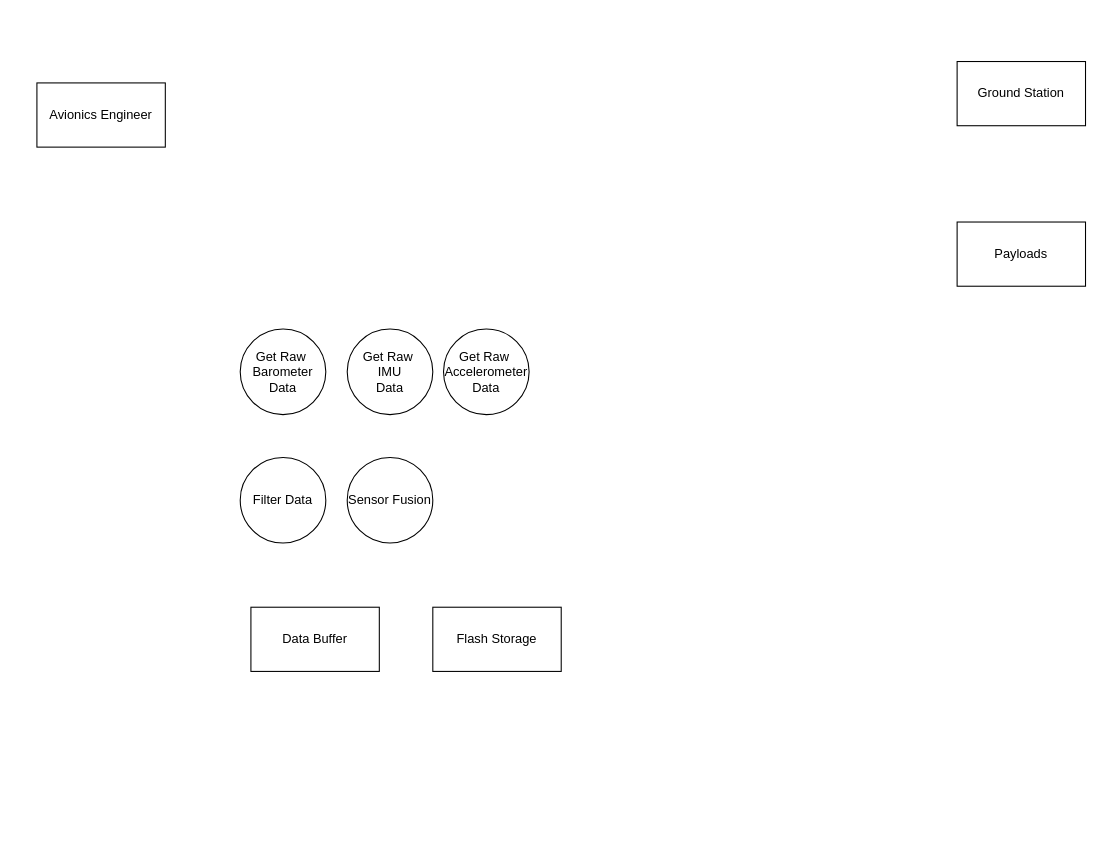
This is page "Data Flow - 1" (3 of 3) of Untitled Diagram.drawio from ckeer0/Personal-Projects, a draw.io file, before an edit. Source tidied: cells renumbered, new cells numbered last; positions are measured from the earlier drawing's top-left corner, leaving out a move shared by most shapes. Both pictures are drawn from the tidied source at 107%, with x=0, y=0 at pixel (36, 61).
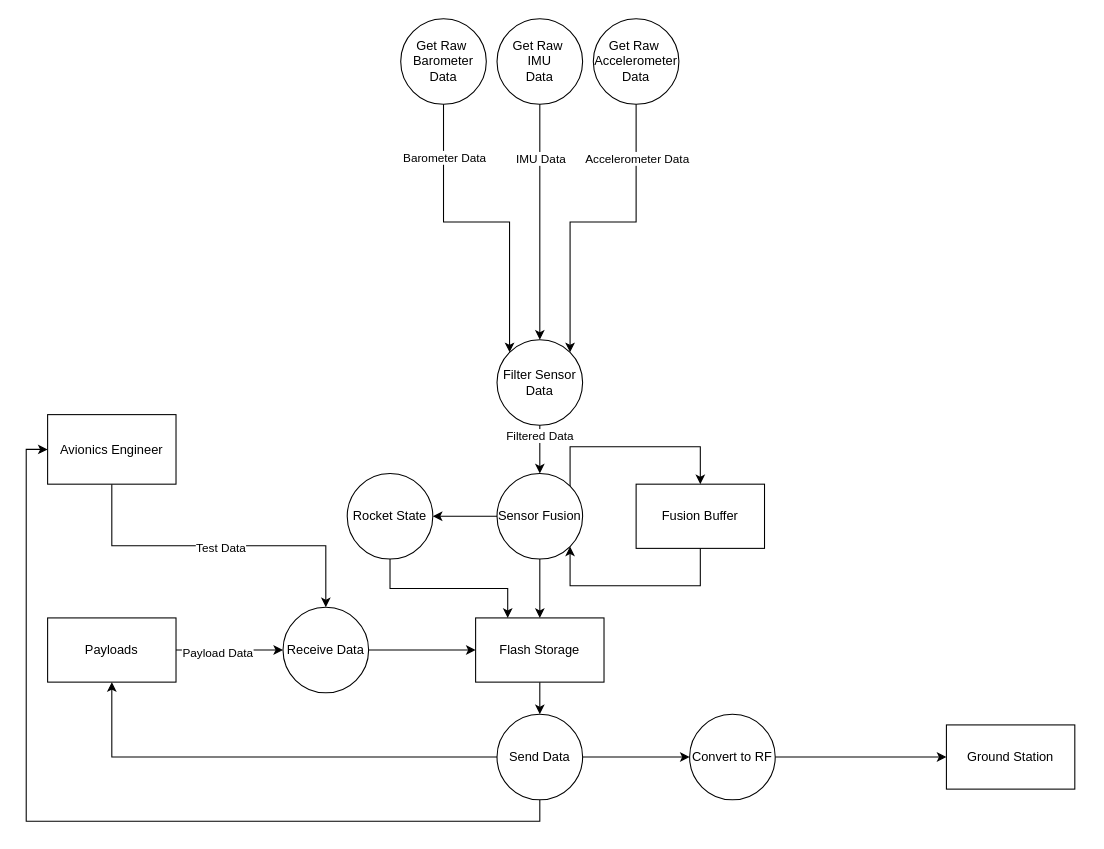
After the change.

Change to the diagram source:
```diff
@@
+    <mxCell id="12" style="edgeStyle=orthogonalEdgeStyle;rounded=0;jettySize=auto;html=1;exitX=0.5;exitY=1;exitDx=0;exitDy=0;entryX=0.5;entryY=0;entryDx=0;entryDy=0;" parent="1" edge="1" source="2" target="24">
+      <mxGeometry relative="1" as="geometry" />
+    </mxCell>
+    <mxCell id="13" value="Test Data" style="edgeLabel;html=1;align=center;verticalAlign=middle;" parent="12" vertex="1">
+      <mxGeometry x="0.15" y="-2" relative="1" as="geometry">
+        <mxPoint x="-22" as="offset" />
+      </mxGeometry>
+    </mxCell>
     <mxCell id="2" value="Avionics Engineer" style="rounded=0;whiteSpace=wrap;html=1;" parent="1" vertex="1">
-      <mxGeometry y="20" width="120" height="60" as="geometry" />
+      <mxGeometry x="10" y="330" width="120" height="65" as="geometry" />
     </mxCell>
     <mxCell id="3" value="Ground Station" style="rounded=0;whiteSpace=wrap;html=1;" parent="1" vertex="1">
-      <mxGeometry x="860" width="120" height="60" as="geometry" />
+      <mxGeometry x="850" y="620" width="120" height="60" as="geometry" />
     </mxCell>
+    <mxCell id="14" style="edgeStyle=orthogonalEdgeStyle;rounded=0;jettySize=auto;html=1;exitX=1;exitY=0.5;exitDx=0;exitDy=0;entryX=0;entryY=0.5;entryDx=0;entryDy=0;" parent="1" edge="1" source="4" target="24">
+      <mxGeometry relative="1" as="geometry" />
+    </mxCell>
+    <mxCell id="15" value="Payload Data" style="edgeLabel;html=1;align=center;verticalAlign=middle;" parent="14" vertex="1">
+      <mxGeometry x="-0.25" y="-2" relative="1" as="geometry" />
+    </mxCell>
     <mxCell id="4" value="Payloads" style="rounded=0;whiteSpace=wrap;html=1;" parent="1" vertex="1">
-      <mxGeometry x="860" y="150" width="120" height="60" as="geometry" />
+      <mxGeometry x="10" y="520" width="120" height="60" as="geometry" />
     </mxCell>
     <mxCell id="5" value="Get Raw&amp;nbsp;&lt;br&gt;Barometer&lt;br&gt;Data" style="ellipse;whiteSpace=wrap;html=1;" parent="1" vertex="1">
-      <mxGeometry x="190" y="250" width="80" height="80" as="geometry" />
+      <mxGeometry x="340" y="-40" width="80" height="80" as="geometry" />
     </mxCell>
     <mxCell id="6" value="Get Raw&amp;nbsp;&lt;br&gt;IMU&lt;br&gt;Data" style="ellipse;whiteSpace=wrap;html=1;" parent="1" vertex="1">
-      <mxGeometry x="290" y="250" width="80" height="80" as="geometry" />
+      <mxGeometry x="430" y="-40" width="80" height="80" as="geometry" />
     </mxCell>
     <mxCell id="7" value="Get Raw&amp;nbsp;&lt;br&gt;Accelerometer&lt;br&gt;Data" style="ellipse;whiteSpace=wrap;html=1;" parent="1" vertex="1">
-      <mxGeometry x="380" y="250" width="80" height="80" as="geometry" />
+      <mxGeometry x="520" y="-40" width="80" height="80" as="geometry" />
     </mxCell>
-    <mxCell id="8" value="Filter Data" style="ellipse;whiteSpace=wrap;html=1;" parent="1" vertex="1">
-      <mxGeometry x="190" y="370" width="80" height="80" as="geometry" />
+    <mxCell id="8" value="Filter Sensor Data" style="ellipse;whiteSpace=wrap;html=1;" parent="1" vertex="1">
+      <mxGeometry x="430" y="260" width="80" height="80" as="geometry" />
     </mxCell>
+    <mxCell id="16" style="edgeStyle=orthogonalEdgeStyle;rounded=0;jettySize=auto;html=1;exitX=0.5;exitY=1;exitDx=0;exitDy=0;" parent="1" edge="1" source="9" target="11">
+      <mxGeometry relative="1" as="geometry" />
+    </mxCell>
+    <mxCell id="17" style="edgeStyle=orthogonalEdgeStyle;rounded=0;jettySize=auto;html=1;exitX=0;exitY=0.5;exitDx=0;exitDy=0;entryX=1;entryY=0.5;entryDx=0;entryDy=0;" parent="1" edge="1" source="9" target="37">
+      <mxGeometry relative="1" as="geometry" />
+    </mxCell>
     <mxCell id="9" value="Sensor Fusion" style="ellipse;whiteSpace=wrap;html=1;" parent="1" vertex="1">
-      <mxGeometry x="290" y="370" width="80" height="80" as="geometry" />
+      <mxGeometry x="430" y="385" width="80" height="80" as="geometry" />
     </mxCell>
-    <mxCell id="10" value="Data Buffer" style="rounded=0;whiteSpace=wrap;html=1;" parent="1" vertex="1">
-      <mxGeometry x="200" y="510" width="120" height="60" as="geometry" />
+    <mxCell id="10" value="Fusion Buffer" style="rounded=0;whiteSpace=wrap;html=1;" parent="1" vertex="1">
+      <mxGeometry x="560" y="395" width="120" height="60" as="geometry" />
     </mxCell>
+    <mxCell id="18" style="edgeStyle=orthogonalEdgeStyle;rounded=0;jettySize=auto;html=1;" parent="1" edge="1" source="11" target="22">
+      <mxGeometry relative="1" as="geometry" />
+    </mxCell>
     <mxCell id="11" value="Flash Storage" style="rounded=0;whiteSpace=wrap;html=1;" parent="1" vertex="1">
-      <mxGeometry x="370" y="510" width="120" height="60" as="geometry" />
+      <mxGeometry x="410" y="520" width="120" height="60" as="geometry" />
     </mxCell>
+    <mxCell id="19" style="edgeStyle=orthogonalEdgeStyle;rounded=0;jettySize=auto;html=1;exitX=1;exitY=0.5;exitDx=0;exitDy=0;entryX=0;entryY=0.5;entryDx=0;entryDy=0;" parent="1" edge="1" source="22" target="35">
+      <mxGeometry relative="1" as="geometry" />
+    </mxCell>
+    <mxCell id="20" style="edgeStyle=orthogonalEdgeStyle;rounded=0;jettySize=auto;html=1;exitX=0;exitY=0.5;exitDx=0;exitDy=0;entryX=0.5;entryY=1;entryDx=0;entryDy=0;" parent="1" edge="1" source="22" target="4">
+      <mxGeometry relative="1" as="geometry" />
+    </mxCell>
+    <mxCell id="21" style="edgeStyle=orthogonalEdgeStyle;rounded=0;jettySize=auto;html=1;exitX=0.5;exitY=1;exitDx=0;exitDy=0;entryX=0;entryY=0.5;entryDx=0;entryDy=0;" parent="1" edge="1" source="22" target="2">
+      <mxGeometry relative="1" as="geometry" />
+    </mxCell>
+    <mxCell id="22" value="Send Data" style="ellipse;whiteSpace=wrap;html=1;" parent="1" vertex="1">
+      <mxGeometry x="430" y="610" width="80" height="80" as="geometry" />
+    </mxCell>
+    <mxCell id="23" style="edgeStyle=orthogonalEdgeStyle;rounded=0;jettySize=auto;html=1;exitX=1;exitY=0.5;exitDx=0;exitDy=0;" parent="1" edge="1" source="24" target="11">
+      <mxGeometry relative="1" as="geometry" />
+    </mxCell>
+    <mxCell id="24" value="Receive Data" style="ellipse;whiteSpace=wrap;html=1;" parent="1" vertex="1">
+      <mxGeometry x="230" y="510" width="80" height="80" as="geometry" />
+    </mxCell>
+    <mxCell id="25" style="edgeStyle=elbowEdgeStyle;elbow=vertical;endArrow=classic;html=1;rounded=0;exitX=0.5;exitY=1;exitDx=0;exitDy=0;entryX=1;entryY=0;entryDx=0;entryDy=0;" parent="1" edge="1" source="7" target="8">
+      <mxGeometry relative="1" as="geometry">
+        <Array as="points">
+          <mxPoint x="520" y="150" />
+        </Array>
+      </mxGeometry>
+    </mxCell>
+    <mxCell id="26" value="Accelerometer Data" style="edgeLabel;html=1;align=center;verticalAlign=middle;" parent="25" vertex="1">
+      <mxGeometry x="-0.69" y="-1" relative="1" as="geometry">
+        <mxPoint x="1" y="5" as="offset" />
+      </mxGeometry>
+    </mxCell>
+    <mxCell id="27" style="endArrow=classic;html=1;rounded=0;exitX=0.5;exitY=1;exitDx=0;exitDy=0;entryX=0.5;entryY=0;entryDx=0;entryDy=0;" parent="1" edge="1" source="6" target="8">
+      <mxGeometry relative="1" as="geometry" />
+    </mxCell>
+    <mxCell id="28" value="IMU Data" style="edgeLabel;html=1;align=center;verticalAlign=middle;" parent="27" vertex="1">
+      <mxGeometry x="-0.43" relative="1" as="geometry">
+        <mxPoint y="-13" as="offset" />
+      </mxGeometry>
+    </mxCell>
+    <mxCell id="29" style="edgeStyle=elbowEdgeStyle;elbow=vertical;endArrow=classic;html=1;rounded=0;exitX=0.5;exitY=1;exitDx=0;exitDy=0;entryX=0;entryY=0;entryDx=0;entryDy=0;" parent="1" edge="1" source="5" target="8">
+      <mxGeometry relative="1" as="geometry">
+        <Array as="points">
+          <mxPoint x="380" y="150" />
+        </Array>
+      </mxGeometry>
+    </mxCell>
+    <mxCell id="30" value="Barometer Data" style="edgeLabel;html=1;align=center;verticalAlign=middle;" parent="29" vertex="1">
+      <mxGeometry x="-0.69" y="-1" relative="1" as="geometry">
+        <mxPoint x="1" y="4" as="offset" />
+      </mxGeometry>
+    </mxCell>
+    <mxCell id="31" value="Filtered Data" style="endArrow=classic;html=1;rounded=0;exitX=0.5;exitY=1;exitDx=0;exitDy=0;entryX=0.5;entryY=0;entryDx=0;entryDy=0;" parent="1" edge="1" source="8" target="9">
+      <mxGeometry x="-0.56" relative="1" as="geometry" />
+    </mxCell>
+    <mxCell id="32" style="edgeStyle=elbowEdgeStyle;elbow=vertical;endArrow=classic;html=1;rounded=0;exitX=1;exitY=0;exitDx=0;exitDy=0;entryX=0.5;entryY=0;entryDx=0;entryDy=0;" parent="1" edge="1" source="9" target="10">
+      <mxGeometry relative="1" as="geometry">
+        <Array as="points">
+          <mxPoint x="560" y="360" />
+          <mxPoint x="520" y="370" />
+          <mxPoint x="580" y="350" />
+          <mxPoint x="570" y="340" />
+          <mxPoint x="520" y="400" />
+          <mxPoint x="500" y="380" />
+          <mxPoint x="570" y="350" />
+        </Array>
+      </mxGeometry>
+    </mxCell>
+    <mxCell id="33" style="edgeStyle=elbowEdgeStyle;elbow=vertical;endArrow=classic;html=1;rounded=0;exitX=0.5;exitY=1;exitDx=0;exitDy=0;entryX=1;entryY=1;entryDx=0;entryDy=0;" parent="1" edge="1" source="10" target="9">
+      <mxGeometry relative="1" as="geometry">
+        <Array as="points">
+          <mxPoint x="560" y="490" />
+        </Array>
+      </mxGeometry>
+    </mxCell>
+    <mxCell id="34" style="edgeStyle=orthogonalEdgeStyle;rounded=0;jettySize=auto;html=1;exitX=1;exitY=0.5;exitDx=0;exitDy=0;entryX=0;entryY=0.5;entryDx=0;entryDy=0;" parent="1" edge="1" source="35" target="3">
+      <mxGeometry relative="1" as="geometry" />
+    </mxCell>
+    <mxCell id="35" value="Convert to RF" style="ellipse;whiteSpace=wrap;html=1;" parent="1" vertex="1">
+      <mxGeometry x="610" y="610" width="80" height="80" as="geometry" />
+    </mxCell>
+    <mxCell id="36" style="edgeStyle=orthogonalEdgeStyle;rounded=0;jettySize=auto;html=1;exitX=0.5;exitY=1;exitDx=0;exitDy=0;entryX=0.25;entryY=0;entryDx=0;entryDy=0;" parent="1" edge="1" source="37" target="11">
+      <mxGeometry relative="1" as="geometry" />
+    </mxCell>
+    <mxCell id="37" value="Rocket State" style="ellipse;whiteSpace=wrap;html=1;" parent="1" vertex="1">
+      <mxGeometry x="290" y="385" width="80" height="80" as="geometry" />
+    </mxCell>
```
